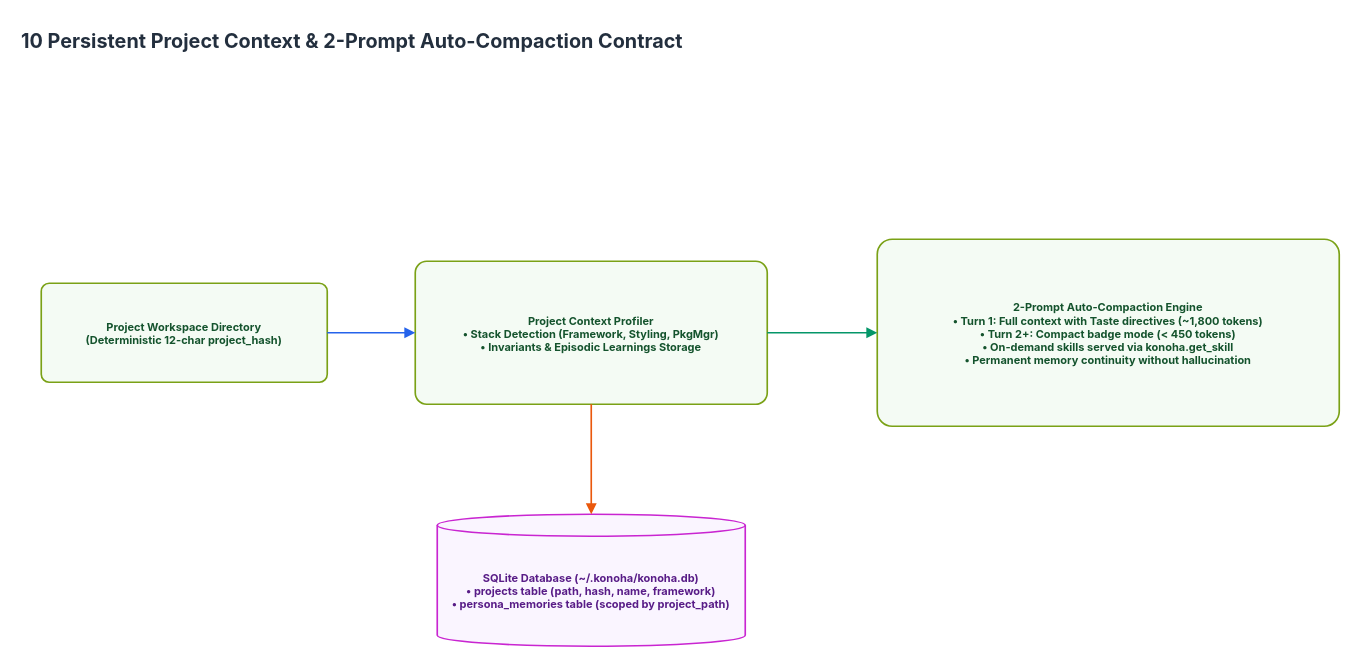
The draw.io diagram page "10 Persistent Project Context & Auto-Compaction" (10 of 15) of docs/diagrams/konoha-enterprise-architecture.drawio in andycungkrinx91/konoha, before the edit. Source tidied: cells renumbered, new cells numbered last; positions are measured from the earlier drawing's top-left corner, leaving out a move shared by most shapes. Both pictures are drawn from the tidied source at 110%, with x=0, y=0 at pixel (19, 19).
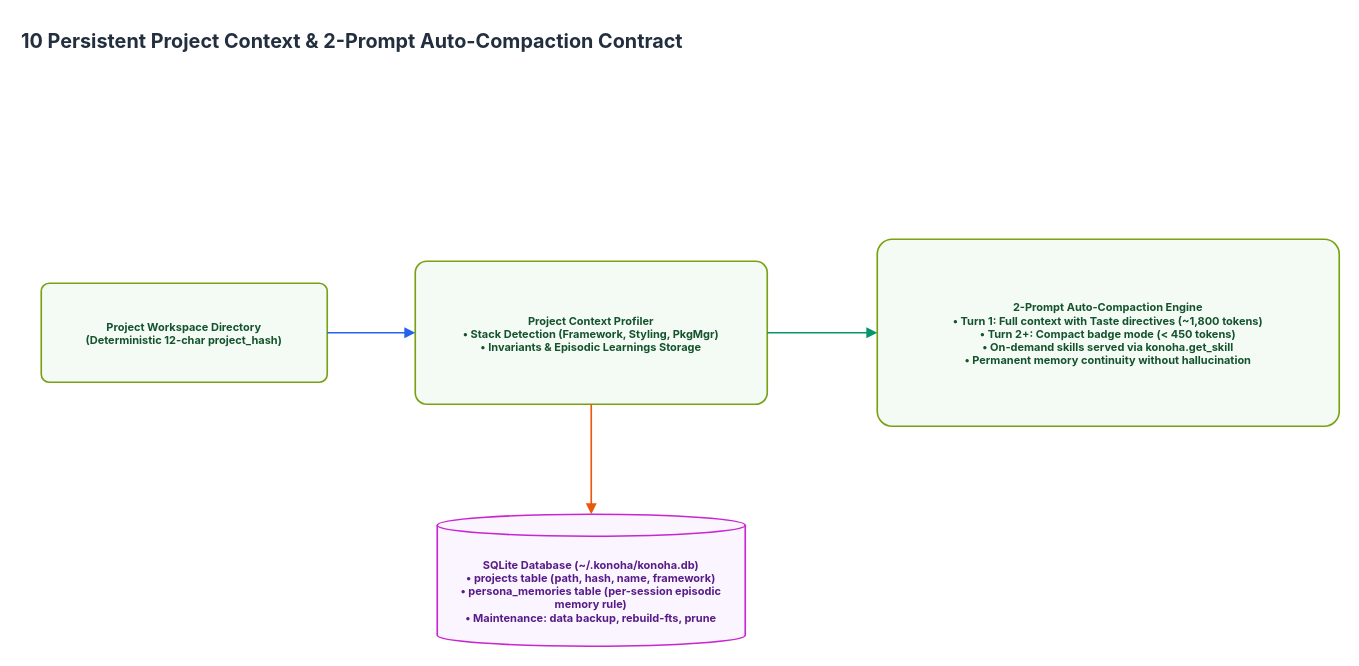
After the change.

Commit message (it also covers changes not shown here):
docs(diagrams): update architecture drawio with data commands, episodic memory rule, and sandboxed runner

Change to the diagram source:
```diff
@@
 <mxGraphModel>
   <root>
     <mxCell id="0" />
     <mxCell id="1" parent="0" />
     <mxCell id="2" value="10 Persistent Project Context &amp; 2-Prompt Auto-Compaction Contract" style="text;html=1;strokeColor=none;fillColor=none;fontFamily=Inter, system-ui, -apple-system;fontSize=18;fontStyle=1;fontColor=#232F3E;align=left;verticalAlign=middle;" parent="1" vertex="1">
       <mxGeometry width="1100" height="40" as="geometry" />
     </mxCell>
     <mxCell id="3" value="Project Workspace Directory&#10;(Deterministic 12-char project_hash)" style="rounded=1;arcSize=8;html=1;whiteSpace=wrap;fillColor=#F4FBF4;strokeColor=#7AA116;strokeWidth=1.5;fontFamily=Inter, system-ui, -apple-system;fontSize=10;fontColor=#14532D;fontStyle=1;shadow=0;" parent="1" vertex="1">
       <mxGeometry x="20" y="240" width="260" height="90" as="geometry" />
     </mxCell>
     <mxCell id="4" value="Project Context Profiler&#10;• Stack Detection (Framework, Styling, PkgMgr)&#10;• Invariants &amp; Episodic Learnings Storage" style="rounded=1;arcSize=8;html=1;whiteSpace=wrap;fillColor=#F4FBF4;strokeColor=#7AA116;strokeWidth=1.5;fontFamily=Inter, system-ui, -apple-system;fontSize=10;fontColor=#14532D;fontStyle=1;shadow=0;" parent="1" vertex="1">
       <mxGeometry x="360" y="220" width="320" height="130" as="geometry" />
     </mxCell>
-    <mxCell id="5" value="SQLite Database (~/.konoha/konoha.db)&#10;• projects table (path, hash, name, framework)&#10;• persona_memories table (scoped by project_path)" style="shape=cylinder3;whiteSpace=wrap;html=1;boundedLbl=1;backgroundOutline=1;size=10;fillColor=#FAF5FF;strokeColor=#C925D1;strokeWidth=1.5;fontFamily=Inter, system-ui, -apple-system;fontSize=10;fontColor=#581C87;fontStyle=1;shadow=0;" parent="1" vertex="1">
+    <mxCell id="5" value="SQLite Database (~/.konoha/konoha.db)&#10;• projects table (path, hash, name, framework)&#10;• persona_memories table (per-session episodic memory rule)&#10;• Maintenance: data backup, rebuild-fts, prune" style="shape=cylinder3;whiteSpace=wrap;html=1;boundedLbl=1;backgroundOutline=1;size=10;fillColor=#FAF5FF;strokeColor=#C925D1;strokeWidth=1.5;fontFamily=Inter, system-ui, -apple-system;fontSize=10;fontColor=#581C87;fontStyle=1;shadow=0;" parent="1" vertex="1">
       <mxGeometry x="380" y="450" width="280" height="120" as="geometry" />
     </mxCell>
     <mxCell id="6" value="2-Prompt Auto-Compaction Engine&#10;• Turn 1: Full context with Taste directives (~1,800 tokens)&#10;• Turn 2+: Compact badge mode (&lt; 450 tokens)&#10;• On-demand skills served via konoha.get_skill&#10;• Permanent memory continuity without hallucination" style="rounded=1;arcSize=8;html=1;whiteSpace=wrap;fillColor=#F4FBF4;strokeColor=#7AA116;strokeWidth=1.5;fontFamily=Inter, system-ui, -apple-system;fontSize=10;fontColor=#14532D;fontStyle=1;shadow=0;" parent="1" vertex="1">
       <mxGeometry x="780" y="200" width="420" height="170" as="geometry" />
     </mxCell>
     <mxCell id="7" style="edgeStyle=orthogonalEdgeStyle;rounded=1;jettySize=auto;html=1;strokeColor=#2563eb;strokeWidth=1.5;endArrow=block;endFill=1;fontFamily=Inter, system-ui, -apple-system;fontSize=10;fontColor=#232F3E;labelBackgroundColor=#FFFFFF;" parent="1" edge="1" source="3" target="4">
       <mxGeometry relative="1" as="geometry" />
     </mxCell>
     <mxCell id="8" style="edgeStyle=orthogonalEdgeStyle;rounded=1;jettySize=auto;html=1;strokeColor=#ea580c;strokeWidth=1.5;endArrow=block;endFill=1;fontFamily=Inter, system-ui, -apple-system;fontSize=10;fontColor=#232F3E;labelBackgroundColor=#FFFFFF;" parent="1" edge="1" source="4" target="5">
       <mxGeometry relative="1" as="geometry" />
     </mxCell>
     <mxCell id="9" style="edgeStyle=orthogonalEdgeStyle;rounded=1;jettySize=auto;html=1;strokeColor=#059669;strokeWidth=1.5;endArrow=block;endFill=1;fontFamily=Inter, system-ui, -apple-system;fontSize=10;fontColor=#232F3E;labelBackgroundColor=#FFFFFF;" parent="1" edge="1" source="4" target="6">
       <mxGeometry relative="1" as="geometry" />
     </mxCell>
   </root>
 </mxGraphModel>
```
